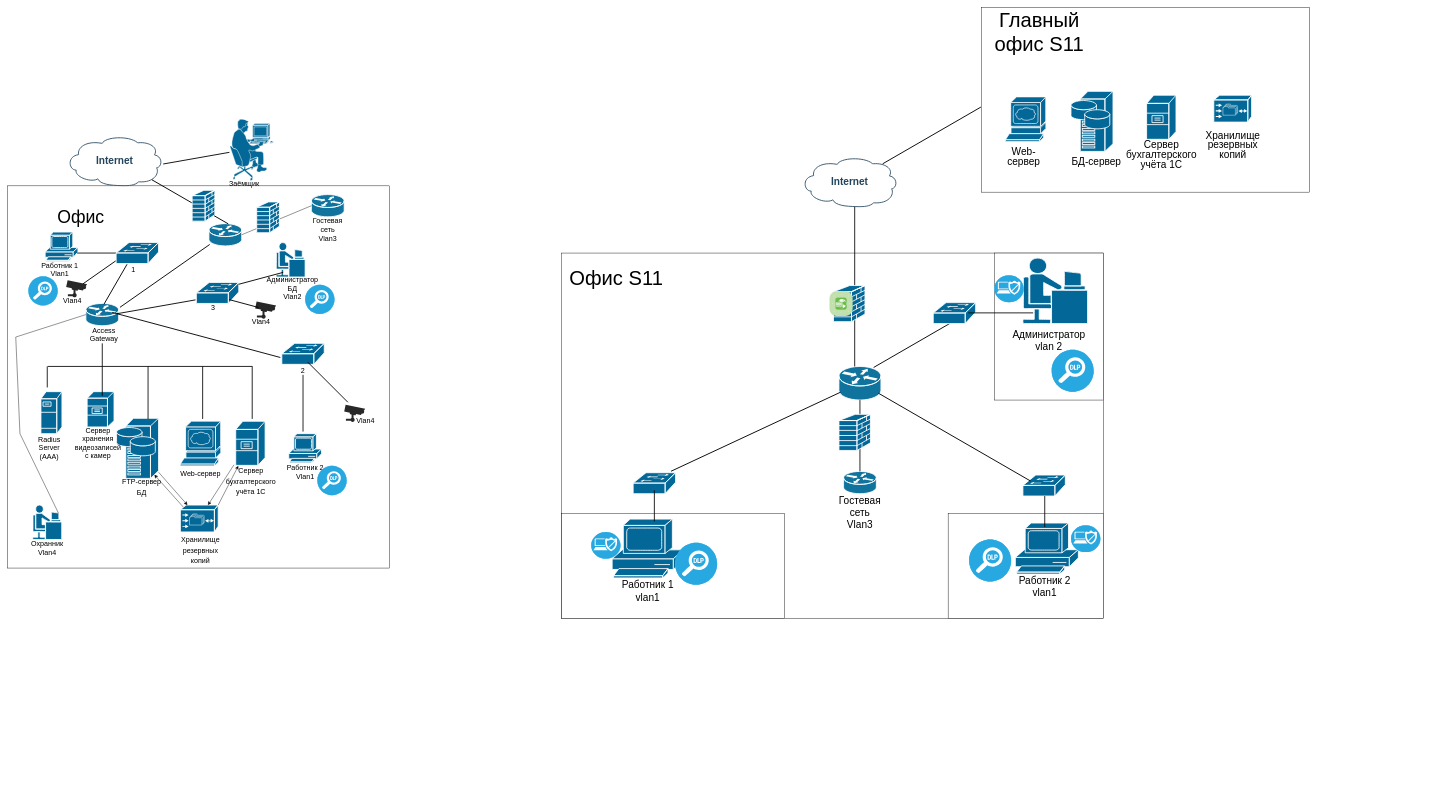
This is Диаграмма без названия.drawio from paveldyakonov/programlanguage, a draw.io file, before an edit. Source tidied: cells renumbered, new cells numbered last; positions are measured from the earlier drawing's top-left corner, leaving out a move shared by most shapes. Both pictures are drawn from the tidied source at 42%, with x=0, y=0 at pixel (7, 7).
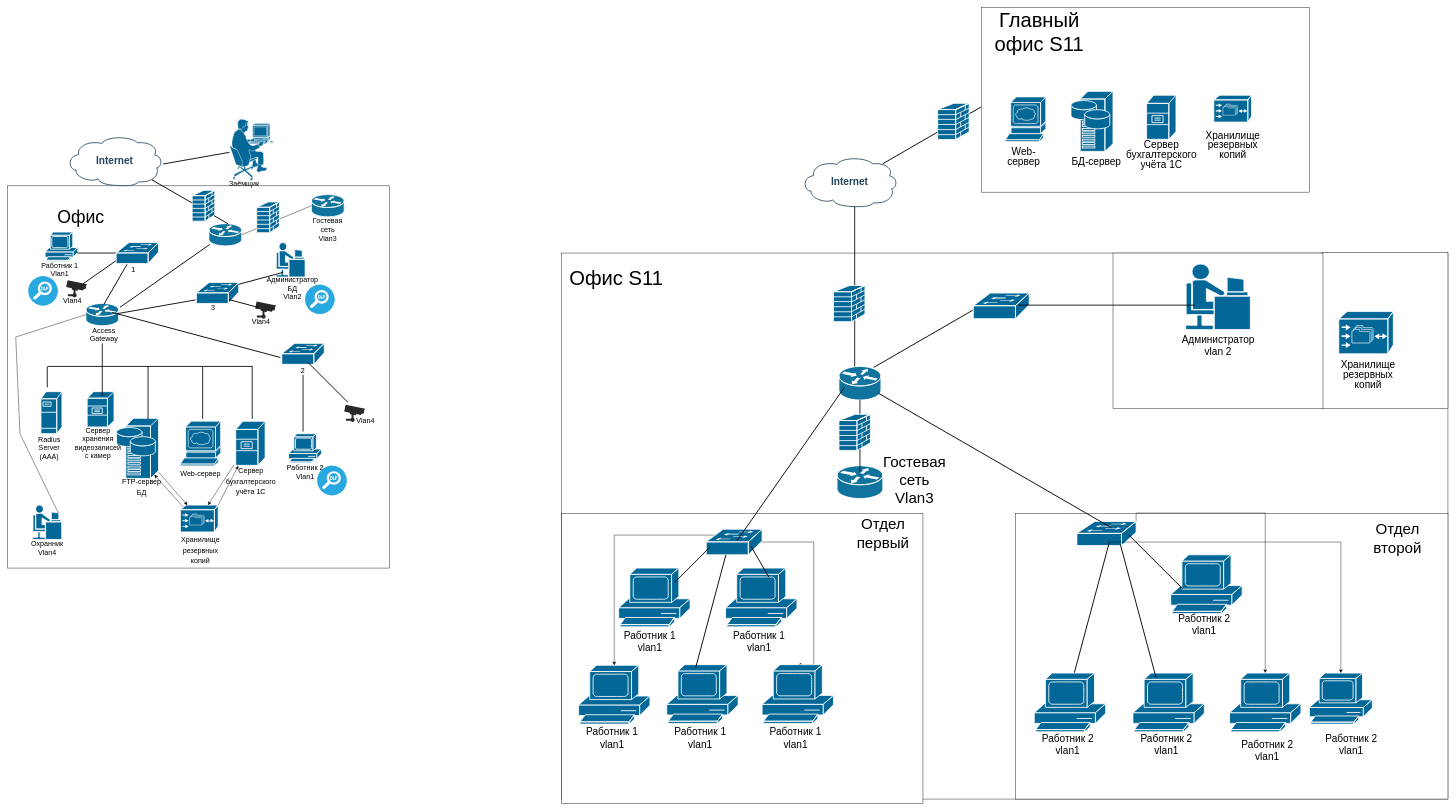
The same diagram, later.

Change to the diagram source:
```diff
@@
     <mxCell id="2" style="rounded=0;whiteSpace=wrap;html=1;" parent="1" vertex="1">
-      <mxGeometry x="1320" y="585" width="1290" height="870" as="geometry" />
+      <mxGeometry x="1320" y="585" width="2110" height="1300" as="geometry" />
     </mxCell>
+    <mxCell id="120" style="rounded=0;whiteSpace=wrap;html=1;" parent="1" vertex="1">
+      <mxGeometry x="3130" y="583.4" width="300" height="371.6" as="geometry" />
+    </mxCell>
@@
     <mxCell id="77" style="rounded=0;whiteSpace=wrap;html=1;" parent="1" vertex="1">
-      <mxGeometry x="1320" y="1205" width="530" height="250" as="geometry" />
+      <mxGeometry x="1320" y="1205" width="860" height="690" as="geometry" />
     </mxCell>
     <mxCell id="78" style="rounded=0;whiteSpace=wrap;html=1;" parent="1" vertex="1">
-      <mxGeometry x="2240" y="1205" width="370" height="250" as="geometry" />
+      <mxGeometry x="2400" y="1205" width="1030" height="680" as="geometry" />
     </mxCell>
     <mxCell id="79" style="shape=mxgraph.cisco.computers_and_peripherals.pc;sketch=0;html=1;dashed=0;fillColor=#036897;strokeColor=#ffffff;strokeWidth=2;verticalLabelPosition=bottom;verticalAlign=top;align=center;outlineConnect=0;fontSize=17;" parent="1" vertex="1">
-      <mxGeometry x="1440" y="1218.5" width="170" height="140" as="geometry" />
+      <mxGeometry x="1360" y="1566.5" width="170" height="140" as="geometry" />
     </mxCell>
     <mxCell id="80" style="shape=mxgraph.cisco.computers_and_peripherals.pc;sketch=0;html=1;dashed=0;fillColor=#036897;strokeColor=#ffffff;strokeWidth=2;verticalLabelPosition=bottom;verticalAlign=top;align=center;outlineConnect=0;fontSize=17;" parent="1" vertex="1">
-      <mxGeometry x="2400" y="1227.8" width="150" height="121.5" as="geometry" />
+      <mxGeometry x="3100" y="1585" width="150" height="121.5" as="geometry" />
     </mxCell>
     <mxCell id="81" value="&lt;font style=&quot;font-size: 24px;&quot;&gt;Работник 1&lt;br&gt;vlan1&lt;br&gt;&lt;/font&gt;" style="text;html=1;strokeColor=none;fillColor=none;align=center;verticalAlign=middle;whiteSpace=wrap;rounded=0;" parent="1" vertex="1">
-      <mxGeometry x="1445" y="1375" width="160" height="30" as="geometry" />
+      <mxGeometry x="1360" y="1725" width="160" height="30" as="geometry" />
     </mxCell>
     <mxCell id="82" style="shape=mxgraph.cisco.routers.router;html=1;dashed=0;fillColor=#10739E;strokeColor=#ffffff;strokeWidth=2;verticalLabelPosition=bottom;verticalAlign=top;fontFamily=Helvetica;fontSize=36;fontColor=#FFB366;" parent="1" vertex="1">
-      <mxGeometry x="1991" y="1105" width="78" height="53" as="geometry" />
+      <mxGeometry x="1975.5" y="1091.5" width="109" height="78" as="geometry" />
     </mxCell>
@@
-    <mxCell id="84" value="&lt;font style=&quot;font-size: 24px;&quot;&gt;Гостевая сеть&lt;br&gt;Vlan3&lt;/font&gt;" style="text;html=1;strokeColor=none;fillColor=none;align=center;verticalAlign=middle;whiteSpace=wrap;rounded=0;fontSize=17;" parent="1" vertex="1">
-      <mxGeometry x="1985" y="1188.5" width="90" height="30" as="geometry" />
+    <mxCell id="84" value="&lt;font style=&quot;font-size: 36px;&quot;&gt;Гостевая сеть&lt;br&gt;Vlan3&lt;/font&gt;" style="text;html=1;strokeColor=none;fillColor=none;align=center;verticalAlign=middle;whiteSpace=wrap;rounded=0;fontSize=17;" parent="1" vertex="1">
+      <mxGeometry x="2115" y="1110" width="90" height="30" as="geometry" />
     </mxCell>
     <mxCell id="85" value="&lt;font style=&quot;font-size: 24px;&quot;&gt;Работник 2&lt;br&gt;vlan1&lt;br&gt;&lt;/font&gt;" style="text;html=1;strokeColor=none;fillColor=none;align=center;verticalAlign=middle;whiteSpace=wrap;rounded=0;" parent="1" vertex="1">
-      <mxGeometry x="2390" y="1365" width="160" height="30" as="geometry" />
+      <mxGeometry x="3120" y="1740" width="160" height="30" as="geometry" />
     </mxCell>
+    <mxCell id="121" style="edgeStyle=orthogonalEdgeStyle;rounded=0;jettySize=auto;html=1;exitX=1;exitY=0;exitDx=0;exitDy=0;exitPerimeter=0;entryX=0.5;entryY=0;entryDx=0;entryDy=0;entryPerimeter=0;" parent="1" edge="1" source="86" target="130">
+      <mxGeometry relative="1" as="geometry" />
+    </mxCell>
     <mxCell id="86" style="shape=mxgraph.cisco.switches.workgroup_switch;sketch=0;html=1;dashed=0;fillColor=#036897;strokeColor=#ffffff;strokeWidth=2;verticalLabelPosition=bottom;verticalAlign=top;align=center;outlineConnect=0;fontSize=17;" parent="1" vertex="1">
-      <mxGeometry x="2418" y="1113.5" width="101" height="50" as="geometry" />
+      <mxGeometry x="2546.5" y="1224" width="141" height="57.5" as="geometry" />
     </mxCell>
+    <mxCell id="122" style="edgeStyle=orthogonalEdgeStyle;rounded=0;jettySize=auto;html=1;exitX=0.16;exitY=0.23;exitDx=0;exitDy=0;exitPerimeter=0;entryX=0.5;entryY=0;entryDx=0;entryDy=0;entryPerimeter=0;" parent="1" edge="1" source="87" target="79">
+      <mxGeometry relative="1" as="geometry" />
+    </mxCell>
+    <mxCell id="123" style="edgeStyle=orthogonalEdgeStyle;rounded=0;jettySize=auto;html=1;exitX=0.98;exitY=0.5;exitDx=0;exitDy=0;exitPerimeter=0;entryX=0.5;entryY=0;entryDx=0;entryDy=0;entryPerimeter=0;" parent="1" edge="1" source="87" target="128">
+      <mxGeometry relative="1" as="geometry">
+        <Array as="points">
+          <mxPoint x="1920" y="1273" />
+          <mxPoint x="1920" y="1565" />
+        </Array>
+      </mxGeometry>
+    </mxCell>
     <mxCell id="87" style="shape=mxgraph.cisco.switches.workgroup_switch;sketch=0;html=1;dashed=0;fillColor=#036897;strokeColor=#ffffff;strokeWidth=2;verticalLabelPosition=bottom;verticalAlign=top;align=center;outlineConnect=0;fontSize=17;" parent="1" vertex="1">
-      <mxGeometry x="1490" y="1108" width="101" height="50" as="geometry" />
+      <mxGeometry x="1664" y="1242.5" width="133" height="61" as="geometry" />
     </mxCell>
     <mxCell id="88" style="line;strokeWidth=2;direction=south;html=1;fontSize=17;rotation=-60;" parent="1" vertex="1">
-      <mxGeometry x="2250" y="814.2" width="10" height="418" as="geometry" />
+      <mxGeometry x="2346.4" y="758.5" width="10" height="640.8" as="geometry" />
     </mxCell>
-    <mxCell id="89" style="line;strokeWidth=2;direction=south;html=1;fontSize=17;rotation=65;" parent="1" vertex="1">
-      <mxGeometry x="1776.9" y="787.9" width="10" height="445.1" as="geometry" />
+    <mxCell id="89" style="line;strokeWidth=2;direction=south;html=1;fontSize=17;rotation=35;" parent="1" vertex="1">
+      <mxGeometry x="1860" y="865" width="10" height="445.1" as="geometry" />
     </mxCell>
@@
-    <mxCell id="91" style="line;strokeWidth=2;direction=south;html=1;fontSize=17;rotation=0;" parent="1" vertex="1">
-      <mxGeometry x="1535.5" y="1150" width="10" height="74" as="geometry" />
-    </mxCell>
+    <mxCell id="124" style="edgeStyle=orthogonalEdgeStyle;rounded=0;jettySize=auto;html=1;exitX=0;exitY=0.5;exitDx=0;exitDy=0;exitPerimeter=0;entryX=0.5;entryY=0;entryDx=0;entryDy=0;entryPerimeter=0;" parent="1" edge="1" source="92" target="80">
+      <mxGeometry relative="1" as="geometry" />
+    </mxCell>
-    <mxCell id="92" style="line;strokeWidth=2;direction=south;html=1;fontSize=17;rotation=0;" parent="1" vertex="1">
-      <mxGeometry x="2465" y="1163.5" width="10" height="74" as="geometry" />
+    <mxCell id="92" style="line;strokeWidth=2;direction=south;html=1;fontSize=17;rotation=15;" parent="1" vertex="1">
+      <mxGeometry x="2576.5" y="1267.5" width="10" height="327.5" as="geometry" />
     </mxCell>
     <mxCell id="93" style="rounded=0;whiteSpace=wrap;html=1;" parent="1" vertex="1">
-      <mxGeometry x="2350" y="585" width="260" height="350" as="geometry" />
+      <mxGeometry x="2632.5" y="585" width="500" height="370" as="geometry" />
     </mxCell>
     <mxCell id="94" style="shape=mxgraph.cisco.people.androgenous_person;sketch=0;html=1;dashed=0;fillColor=#036897;strokeColor=#ffffff;strokeWidth=2;verticalLabelPosition=bottom;verticalAlign=top;align=center;fontSize=17;" parent="1" vertex="1">
-      <mxGeometry x="2418" y="597" width="154" height="156" as="geometry" />
+      <mxGeometry x="2805.5" y="611.2" width="154" height="156" as="geometry" />
     </mxCell>
     <mxCell id="95" value="&lt;font style=&quot;font-size: 24px;&quot;&gt;Администратор vlan 2&lt;br&gt;&lt;/font&gt;" style="text;html=1;strokeColor=none;fillColor=none;align=center;verticalAlign=middle;whiteSpace=wrap;rounded=0;" parent="1" vertex="1">
-      <mxGeometry x="2400" y="778" width="160" height="30" as="geometry" />
+      <mxGeometry x="2802.5" y="789.9" width="160" height="30" as="geometry" />
     </mxCell>
     <mxCell id="96" style="line;strokeWidth=2;direction=south;html=1;fontSize=17;rotation=60;" parent="1" vertex="1">
-      <mxGeometry x="2148.5" y="699.9" width="10" height="210" as="geometry" />
+      <mxGeometry x="2176.7" y="651.2" width="10" height="274.9" as="geometry" />
     </mxCell>
     <mxCell id="97" style="shape=mxgraph.cisco.switches.workgroup_switch;sketch=0;html=1;dashed=0;fillColor=#036897;strokeColor=#ffffff;strokeWidth=2;verticalLabelPosition=bottom;verticalAlign=top;align=center;fontSize=17;" parent="1" vertex="1">
-      <mxGeometry x="2204.5" y="703" width="101" height="50" as="geometry" />
+      <mxGeometry x="2300" y="680.2" width="133" height="61" as="geometry" />
     </mxCell>
     <mxCell id="98" style="line;strokeWidth=2;direction=south;html=1;fontSize=17;rotation=-90;" parent="1" vertex="1">
-      <mxGeometry x="2360.2" y="650.2" width="10" height="154.5" as="geometry" />
+      <mxGeometry x="2612" y="498.8" width="10" height="420.4" as="geometry" />
     </mxCell>
@@
-    <mxCell id="113" style="verticalLabelPosition=bottom;sketch=0;html=1;fillColor=#6ABD46;strokeColor=#ffffff;verticalAlign=top;align=center;shape=mxgraph.cisco_safe.compositeIcon;bgIcon=mxgraph.cisco_safe.architecture.generic_appliance;resIcon=mxgraph.cisco_safe.architecture.web_application_firewall_2;" parent="1" vertex="1">
-      <mxGeometry x="1957.5" y="675.8" width="55" height="59" as="geometry" />
-    </mxCell>
-    <mxCell id="114" style="fillColor=#28A8E0;verticalLabelPosition=bottom;sketch=0;html=1;strokeColor=#ffffff;verticalAlign=top;align=center;shape=mxgraph.cisco_safe.compositeIcon;bgIcon=ellipse;resIcon=mxgraph.cisco_safe.capability.data_loss_prevention;" parent="1" vertex="1">
-      <mxGeometry x="1590" y="1275" width="100" height="100" as="geometry" />
-    </mxCell>
-    <mxCell id="115" style="fillColor=#28A8E0;verticalLabelPosition=bottom;sketch=0;html=1;strokeColor=#ffffff;verticalAlign=top;align=center;shape=mxgraph.cisco_safe.compositeIcon;bgIcon=ellipse;resIcon=mxgraph.cisco_safe.capability.data_loss_prevention;" parent="1" vertex="1">
-      <mxGeometry x="2486.5" y="815" width="100" height="100" as="geometry" />
-    </mxCell>
-    <mxCell id="116" style="fillColor=#28A8E0;verticalLabelPosition=bottom;sketch=0;html=1;strokeColor=#ffffff;verticalAlign=top;align=center;shape=mxgraph.cisco_safe.compositeIcon;bgIcon=ellipse;resIcon=mxgraph.cisco_safe.capability.data_loss_prevention;" parent="1" vertex="1">
-      <mxGeometry x="2290" y="1267" width="100" height="100" as="geometry" />
-    </mxCell>
-    <mxCell id="117" style="fillColor=#28A8E0;verticalLabelPosition=bottom;sketch=0;html=1;strokeColor=#ffffff;verticalAlign=top;align=center;shape=mxgraph.cisco_safe.compositeIcon;bgIcon=ellipse;resIcon=mxgraph.cisco_safe.capability.anti_malware;" parent="1" vertex="1">
-      <mxGeometry x="1390" y="1249" width="70" height="64" as="geometry" />
-    </mxCell>
-    <mxCell id="118" style="fillColor=#28A8E0;verticalLabelPosition=bottom;sketch=0;html=1;strokeColor=#ffffff;verticalAlign=top;align=center;shape=mxgraph.cisco_safe.compositeIcon;bgIcon=ellipse;resIcon=mxgraph.cisco_safe.capability.anti_malware;" parent="1" vertex="1">
-      <mxGeometry x="2350" y="638" width="70" height="64" as="geometry" />
-    </mxCell>
-    <mxCell id="119" style="fillColor=#28A8E0;verticalLabelPosition=bottom;sketch=0;html=1;strokeColor=#ffffff;verticalAlign=top;align=center;shape=mxgraph.cisco_safe.compositeIcon;bgIcon=ellipse;resIcon=mxgraph.cisco_safe.capability.anti_malware;" parent="1" vertex="1">
-      <mxGeometry x="2532.5" y="1233" width="70" height="64" as="geometry" />
-    </mxCell>
+    <mxCell id="125" style="shape=mxgraph.cisco.security.firewall;sketch=0;html=1;dashed=0;fillColor=#036897;strokeColor=#ffffff;strokeWidth=2;verticalLabelPosition=bottom;verticalAlign=top;align=center;" parent="1" vertex="1">
+      <mxGeometry x="2215" y="228.5" width="75" height="86" as="geometry" />
+    </mxCell>
+    <mxCell id="126" value="&lt;font style=&quot;font-size: 36px;&quot;&gt;Отдел первый&lt;/font&gt;" style="text;html=1;strokeColor=none;fillColor=none;align=center;verticalAlign=middle;whiteSpace=wrap;rounded=0;" parent="1" vertex="1">
+      <mxGeometry x="2055" y="1237" width="60" height="30" as="geometry" />
+    </mxCell>
+    <mxCell id="127" value="&lt;font style=&quot;font-size: 36px;&quot;&gt;Отдел второй&lt;br&gt;&lt;/font&gt;" style="text;html=1;strokeColor=none;fillColor=none;align=center;verticalAlign=middle;whiteSpace=wrap;rounded=0;" parent="1" vertex="1">
+      <mxGeometry x="3280" y="1249" width="60" height="30" as="geometry" />
+    </mxCell>
+    <mxCell id="128" style="shape=mxgraph.cisco.computers_and_peripherals.pc;sketch=0;html=1;dashed=0;fillColor=#036897;strokeColor=#ffffff;strokeWidth=2;verticalLabelPosition=bottom;verticalAlign=top;align=center;outlineConnect=0;fontSize=17;" parent="1" vertex="1">
+      <mxGeometry x="1797" y="1565" width="170" height="140" as="geometry" />
+    </mxCell>
+    <mxCell id="129" style="shape=mxgraph.cisco.computers_and_peripherals.pc;sketch=0;html=1;dashed=0;fillColor=#036897;strokeColor=#ffffff;strokeWidth=2;verticalLabelPosition=bottom;verticalAlign=top;align=center;fontSize=17;" parent="1" vertex="1">
+      <mxGeometry x="1570" y="1565" width="170" height="140" as="geometry" />
+    </mxCell>
+    <mxCell id="130" style="shape=mxgraph.cisco.computers_and_peripherals.pc;sketch=0;html=1;dashed=0;fillColor=#036897;strokeColor=#ffffff;strokeWidth=2;verticalLabelPosition=bottom;verticalAlign=top;align=center;outlineConnect=0;fontSize=17;" parent="1" vertex="1">
+      <mxGeometry x="2910" y="1585" width="170" height="140" as="geometry" />
+    </mxCell>
+    <mxCell id="131" style="shape=mxgraph.cisco.computers_and_peripherals.pc;sketch=0;html=1;dashed=0;fillColor=#036897;strokeColor=#ffffff;strokeWidth=2;verticalLabelPosition=bottom;verticalAlign=top;align=center;fontSize=17;" parent="1" vertex="1">
+      <mxGeometry x="2445" y="1585" width="170" height="140" as="geometry" />
+    </mxCell>
+    <mxCell id="132" style="shape=mxgraph.cisco.computers_and_peripherals.pc;sketch=0;html=1;dashed=0;fillColor=#036897;strokeColor=#ffffff;strokeWidth=2;verticalLabelPosition=bottom;verticalAlign=top;align=center;fontSize=17;" parent="1" vertex="1">
+      <mxGeometry x="2680" y="1585" width="170" height="140" as="geometry" />
+    </mxCell>
+    <mxCell id="133" style="shape=mxgraph.cisco.computers_and_peripherals.pc;sketch=0;html=1;dashed=0;fillColor=#036897;strokeColor=#ffffff;strokeWidth=2;verticalLabelPosition=bottom;verticalAlign=top;align=center;fontSize=17;" parent="1" vertex="1">
+      <mxGeometry x="2770" y="1303.5" width="170" height="140" as="geometry" />
+    </mxCell>
+    <mxCell id="134" style="shape=mxgraph.cisco.computers_and_peripherals.pc;sketch=0;html=1;dashed=0;fillColor=#036897;strokeColor=#ffffff;strokeWidth=2;verticalLabelPosition=bottom;verticalAlign=top;align=center;fontSize=17;" parent="1" vertex="1">
+      <mxGeometry x="1710" y="1335" width="170" height="140" as="geometry" />
+    </mxCell>
+    <mxCell id="135" style="shape=mxgraph.cisco.computers_and_peripherals.pc;sketch=0;html=1;dashed=0;fillColor=#036897;strokeColor=#ffffff;strokeWidth=2;verticalLabelPosition=bottom;verticalAlign=top;align=center;fontSize=17;" parent="1" vertex="1">
+      <mxGeometry x="1455.5" y="1335" width="170" height="140" as="geometry" />
+    </mxCell>
+    <mxCell id="136" value="&lt;font style=&quot;font-size: 24px;&quot;&gt;Работник 2&lt;br&gt;vlan1&lt;br&gt;&lt;/font&gt;" style="text;html=1;strokeColor=none;fillColor=none;align=center;verticalAlign=middle;whiteSpace=wrap;rounded=0;" parent="1" vertex="1">
+      <mxGeometry x="2445" y="1740" width="160" height="30" as="geometry" />
+    </mxCell>
+    <mxCell id="137" value="&lt;font style=&quot;font-size: 24px;&quot;&gt;Работник 2&lt;br&gt;vlan1&lt;br&gt;&lt;/font&gt;" style="text;html=1;strokeColor=none;fillColor=none;align=center;verticalAlign=middle;whiteSpace=wrap;rounded=0;" parent="1" vertex="1">
+      <mxGeometry x="2680" y="1740" width="160" height="30" as="geometry" />
+    </mxCell>
+    <mxCell id="138" value="&lt;font style=&quot;font-size: 24px;&quot;&gt;Работник 2&lt;br&gt;vlan1&lt;br&gt;&lt;/font&gt;" style="text;html=1;strokeColor=none;fillColor=none;align=center;verticalAlign=middle;whiteSpace=wrap;rounded=0;" parent="1" vertex="1">
+      <mxGeometry x="2770" y="1455" width="160" height="30" as="geometry" />
+    </mxCell>
+    <mxCell id="139" value="&lt;font style=&quot;font-size: 24px;&quot;&gt;Работник 2&lt;br&gt;vlan1&lt;br&gt;&lt;/font&gt;" style="text;html=1;strokeColor=none;fillColor=none;align=center;verticalAlign=middle;whiteSpace=wrap;rounded=0;" parent="1" vertex="1">
+      <mxGeometry x="2920" y="1755" width="160" height="30" as="geometry" />
+    </mxCell>
+    <mxCell id="140" value="&lt;font style=&quot;font-size: 24px;&quot;&gt;Работник 1&lt;br&gt;vlan1&lt;br&gt;&lt;/font&gt;" style="text;html=1;strokeColor=none;fillColor=none;align=center;verticalAlign=middle;whiteSpace=wrap;rounded=0;" parent="1" vertex="1">
+      <mxGeometry x="1570" y="1725" width="160" height="30" as="geometry" />
+    </mxCell>
+    <mxCell id="141" value="&lt;font style=&quot;font-size: 24px;&quot;&gt;Работник 1&lt;br&gt;vlan1&lt;br&gt;&lt;/font&gt;" style="text;html=1;strokeColor=none;fillColor=none;align=center;verticalAlign=middle;whiteSpace=wrap;rounded=0;" parent="1" vertex="1">
+      <mxGeometry x="1450" y="1495" width="160" height="30" as="geometry" />
+    </mxCell>
+    <mxCell id="142" value="&lt;font style=&quot;font-size: 24px;&quot;&gt;Работник 1&lt;br&gt;vlan1&lt;br&gt;&lt;/font&gt;" style="text;html=1;strokeColor=none;fillColor=none;align=center;verticalAlign=middle;whiteSpace=wrap;rounded=0;" parent="1" vertex="1">
+      <mxGeometry x="1710" y="1495" width="160" height="30" as="geometry" />
+    </mxCell>
+    <mxCell id="143" value="&lt;font style=&quot;font-size: 24px;&quot;&gt;Работник 1&lt;br&gt;vlan1&lt;br&gt;&lt;/font&gt;" style="text;html=1;strokeColor=none;fillColor=none;align=center;verticalAlign=middle;whiteSpace=wrap;rounded=0;" parent="1" vertex="1">
+      <mxGeometry x="1797" y="1725" width="160" height="30" as="geometry" />
+    </mxCell>
+    <mxCell id="144" style="line;strokeWidth=2;direction=south;html=1;fontSize=17;rotation=-15;" parent="1" vertex="1">
+      <mxGeometry x="2687.5" y="1273.5" width="10" height="327.5" as="geometry" />
+    </mxCell>
+    <mxCell id="145" style="line;strokeWidth=2;direction=south;html=1;fontSize=17;rotation=-45;" parent="1" vertex="1">
+      <mxGeometry x="2729.2" y="1229.2" width="10" height="182" as="geometry" />
+    </mxCell>
+    <mxCell id="146" style="line;strokeWidth=2;direction=south;html=1;fontSize=17;rotation=15;" parent="1" vertex="1">
+      <mxGeometry x="1670" y="1298.7" width="10" height="277.2" as="geometry" />
+    </mxCell>
+    <mxCell id="147" style="line;strokeWidth=2;direction=south;html=1;fontSize=17;rotation=45;" parent="1" vertex="1">
+      <mxGeometry x="1625.5" y="1267.5" width="10" height="120" as="geometry" />
+    </mxCell>
+    <mxCell id="148" style="line;strokeWidth=2;direction=south;html=1;fontSize=17;rotation=-30;" parent="1" vertex="1">
+      <mxGeometry x="1787" y="1277.5" width="10" height="85.4" as="geometry" />
+    </mxCell>
+    <mxCell id="149" style="shape=mxgraph.cisco.storage.cisco_file_engine;sketch=0;html=1;dashed=0;fillColor=#036897;strokeColor=#ffffff;strokeWidth=2;verticalLabelPosition=bottom;verticalAlign=top;align=center;fontSize=17;" parent="1" vertex="1">
+      <mxGeometry x="3170" y="724.3" width="130" height="100.7" as="geometry" />
+    </mxCell>
+    <mxCell id="150" value="&lt;p style=&quot;line-height: 40%;&quot;&gt;&lt;font style=&quot;font-size: 24px;&quot;&gt;Хранилище резервных копий&lt;/font&gt;&lt;/p&gt;" style="text;html=1;strokeColor=none;fillColor=none;align=center;verticalAlign=middle;whiteSpace=wrap;rounded=0;fontSize=42;" parent="1" vertex="1">
+      <mxGeometry x="3180" y="838" width="120" height="67" as="geometry" />
+    </mxCell>
```
